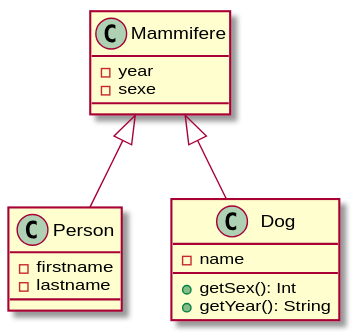
Above: generated-file-name.svg in traderbook/poo (PlantUML), before the change. The source it was exported from:
```plantuml
@startuml
class Mammifere {
- year
- sexe
}
class Person extends Mammifere {
- firstname
- lastname
}
class Dog extends Mammifere {
- name

+ getSex(): Int
+ getYear(): String
}
@enduml
```
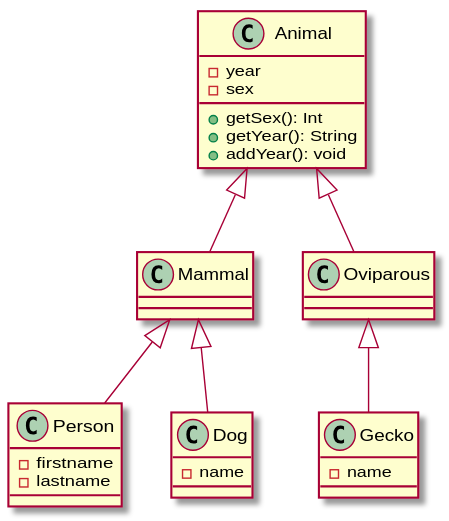
After the commit.

Commit message:
Héritage de class

Diff of the diagram source:
```diff
@@ -1,16 +1,27 @@
 @startuml
-class Mammifere {
+
+class Animal {
 - year
-- sexe
+- sex
+
++ getSex(): Int
++ getYear(): String
++ addYear(): void
 }
-class Person extends Mammifere {
+
+class Mammal extends Animal
+
+class Oviparous extends Animal
+
+class Person extends Mammal {
 - firstname
 - lastname
 }
-class Dog extends Mammifere {
+class Dog extends Mammal {
 - name
+}
 
-+ getSex(): Int
-+ getYear(): String
+class Gecko extends Oviparous {
+- name
 }
 @enduml
```
